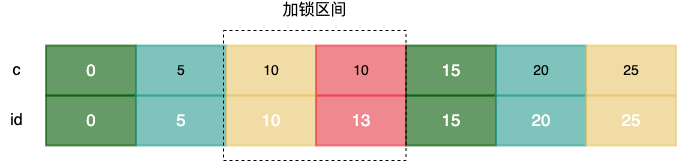
Above: img/mysql/mysql-index-search-lock.png in boilingfrog/Go-POINT (draw.io), before the change. Source tidied: cells renumbered, new cells last; positions are measured from the earlier drawing's top-left corner, leaving out a move shared by most shapes.
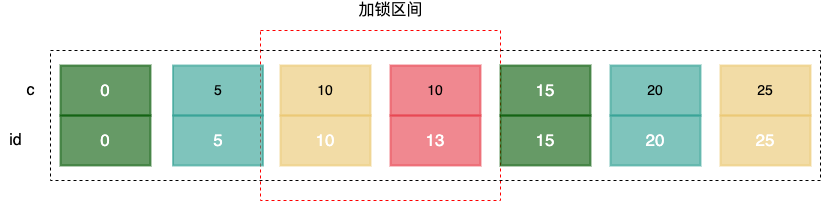
Above is the later version.

Commit message:
feat:MySQL 中的锁

What changed in the source:
```diff
@@ -2,59 +2,62 @@
   <root>
     <mxCell id="0" />
     <mxCell id="1" parent="0" />
-    <mxCell id="2" value="&lt;span style=&quot;font-size: 17px&quot;&gt;0&lt;/span&gt;" style="rounded=0;whiteSpace=wrap;html=1;fillStyle=auto;fontSize=14;strokeColor=#005700;strokeWidth=2;fillColor=#005700;fontColor=#ffffff;opacity=60;" parent="1" vertex="1">
-      <mxGeometry x="44.5" y="45" width="90" height="50" as="geometry" />
-    </mxCell>
+    <mxCell id="20" style="verticalLabelPosition=bottom;verticalAlign=top;html=1;shape=mxgraph.basic.rect;fillColor2=none;strokeWidth=1;size=20;indent=5;fillColor=none;dashed=1;strokeColor=#FF0000;" parent="1" vertex="1">
+      <mxGeometry x="222" y="10" width="240" height="170" as="geometry" />
+    </mxCell>
+    <mxCell id="21" value="&lt;span style=&quot;font-size: 17px&quot;&gt;0&lt;/span&gt;" style="rounded=0;whiteSpace=wrap;html=1;fillStyle=auto;fontSize=14;strokeColor=#005700;strokeWidth=2;fillColor=#005700;fontColor=#ffffff;opacity=60;" parent="1" vertex="1">
+      <mxGeometry x="22" y="45" width="90" height="50" as="geometry" />
+    </mxCell>
     <mxCell id="3" value="5" style="rounded=0;whiteSpace=wrap;html=1;fillStyle=auto;fontSize=14;strokeColor=#2A9D8F;strokeWidth=2;fillColor=#2A9D8F;opacity=60;" parent="1" vertex="1">
       <mxGeometry x="134.5" y="45" width="90" height="50" as="geometry" />
     </mxCell>
     <mxCell id="4" value="10" style="rounded=0;whiteSpace=wrap;html=1;fillStyle=auto;fontSize=14;strokeColor=#E9C46A;strokeWidth=2;fillColor=#E9C46A;opacity=60;" parent="1" vertex="1">
-      <mxGeometry x="224.5" y="45" width="90" height="50" as="geometry" />
+      <mxGeometry x="242" y="45" width="90" height="50" as="geometry" />
     </mxCell>
     <mxCell id="5" value="10" style="rounded=0;whiteSpace=wrap;html=1;fillStyle=auto;fontSize=14;strokeColor=#E63946;strokeWidth=2;fillColor=#E63946;opacity=60;" parent="1" vertex="1">
-      <mxGeometry x="314.5" y="45" width="90" height="50" as="geometry" />
+      <mxGeometry x="352" y="45" width="90" height="50" as="geometry" />
     </mxCell>
-    <mxCell id="6" value="&lt;span style=&quot;font-size: 17px&quot;&gt;0&lt;/span&gt;" style="rounded=0;whiteSpace=wrap;html=1;fillStyle=auto;fontSize=14;strokeColor=#005700;strokeWidth=2;fillColor=#005700;fontColor=#ffffff;opacity=60;" parent="1" vertex="1">
-      <mxGeometry x="44.5" y="95" width="90" height="50" as="geometry" />
-    </mxCell>
+    <mxCell id="22" value="&lt;span style=&quot;font-size: 17px&quot;&gt;0&lt;/span&gt;" style="rounded=0;whiteSpace=wrap;html=1;fillStyle=auto;fontSize=14;strokeColor=#005700;strokeWidth=2;fillColor=#005700;fontColor=#ffffff;opacity=60;" parent="1" vertex="1">
+      <mxGeometry x="22" y="95" width="90" height="50" as="geometry" />
+    </mxCell>
     <mxCell id="7" value="&lt;font color=&quot;#ffffff&quot;&gt;&lt;span style=&quot;font-size: 17px&quot;&gt;5&lt;/span&gt;&lt;/font&gt;" style="rounded=0;whiteSpace=wrap;html=1;fillStyle=auto;fontSize=14;strokeColor=#2A9D8F;strokeWidth=2;fillColor=#2A9D8F;opacity=60;" parent="1" vertex="1">
       <mxGeometry x="134.5" y="95" width="90" height="50" as="geometry" />
     </mxCell>
     <mxCell id="8" value="&lt;font color=&quot;#ffffff&quot;&gt;&lt;span style=&quot;font-size: 17px&quot;&gt;10&lt;/span&gt;&lt;/font&gt;" style="rounded=0;whiteSpace=wrap;html=1;fillStyle=auto;fontSize=14;strokeColor=#E9C46A;strokeWidth=2;fillColor=#E9C46A;opacity=60;" parent="1" vertex="1">
-      <mxGeometry x="224.5" y="95" width="90" height="50" as="geometry" />
+      <mxGeometry x="242" y="95" width="90" height="50" as="geometry" />
     </mxCell>
     <mxCell id="9" value="&lt;font color=&quot;#ffffff&quot;&gt;&lt;span style=&quot;font-size: 17px&quot;&gt;13&lt;/span&gt;&lt;/font&gt;" style="rounded=0;whiteSpace=wrap;html=1;fillStyle=auto;fontSize=14;strokeColor=#E63946;strokeWidth=2;fillColor=#E63946;opacity=60;" parent="1" vertex="1">
-      <mxGeometry x="314.5" y="95" width="90" height="50" as="geometry" />
+      <mxGeometry x="352" y="95" width="90" height="50" as="geometry" />
     </mxCell>
     <mxCell id="10" value="&lt;span style=&quot;font-size: 16px&quot;&gt;c&lt;/span&gt;" style="text;html=1;align=center;verticalAlign=middle;strokeColor=none;fillColor=none;" parent="1" vertex="1">
-      <mxGeometry x="4.5" y="60" width="20" height="20" as="geometry" />
+      <mxGeometry x="-18" y="60" width="20" height="20" as="geometry" />
     </mxCell>
     <mxCell id="11" value="id" style="text;html=1;align=center;verticalAlign=middle;strokeColor=none;fillColor=none;fontSize=16;" parent="1" vertex="1">
-      <mxGeometry x="-0.5" y="110" width="30" height="20" as="geometry" />
+      <mxGeometry x="-38" y="110" width="30" height="20" as="geometry" />
     </mxCell>
-    <mxCell id="12" value="&lt;span style=&quot;font-size: 17px&quot;&gt;15&lt;/span&gt;" style="rounded=0;whiteSpace=wrap;html=1;fillStyle=auto;fontSize=14;strokeColor=#005700;strokeWidth=2;fillColor=#005700;fontColor=#ffffff;opacity=60;" parent="1" vertex="1">
-      <mxGeometry x="404.5" y="45" width="90" height="50" as="geometry" />
-    </mxCell>
+    <mxCell id="23" value="&lt;span style=&quot;font-size: 17px&quot;&gt;15&lt;/span&gt;" style="rounded=0;whiteSpace=wrap;html=1;fillStyle=auto;fontSize=14;strokeColor=#005700;strokeWidth=2;fillColor=#005700;fontColor=#ffffff;opacity=60;" parent="1" vertex="1">
+      <mxGeometry x="462" y="45" width="90" height="50" as="geometry" />
+    </mxCell>
     <mxCell id="13" value="20" style="rounded=0;whiteSpace=wrap;html=1;fillStyle=auto;fontSize=14;strokeColor=#2A9D8F;strokeWidth=2;fillColor=#2A9D8F;opacity=60;" parent="1" vertex="1">
-      <mxGeometry x="494.5" y="45" width="90" height="50" as="geometry" />
+      <mxGeometry x="572" y="45" width="90" height="50" as="geometry" />
     </mxCell>
     <mxCell id="14" value="25" style="rounded=0;whiteSpace=wrap;html=1;fillStyle=auto;fontSize=14;strokeColor=#E9C46A;strokeWidth=2;fillColor=#E9C46A;opacity=60;" parent="1" vertex="1">
-      <mxGeometry x="584.5" y="45" width="90" height="50" as="geometry" />
+      <mxGeometry x="682" y="45" width="90" height="50" as="geometry" />
     </mxCell>
-    <mxCell id="15" value="&lt;span style=&quot;font-size: 17px&quot;&gt;15&lt;/span&gt;" style="rounded=0;whiteSpace=wrap;html=1;fillStyle=auto;fontSize=14;strokeColor=#005700;strokeWidth=2;fillColor=#005700;fontColor=#ffffff;opacity=60;" parent="1" vertex="1">
-      <mxGeometry x="404.5" y="95" width="90" height="50" as="geometry" />
-    </mxCell>
+    <mxCell id="24" value="&lt;span style=&quot;font-size: 17px&quot;&gt;15&lt;/span&gt;" style="rounded=0;whiteSpace=wrap;html=1;fillStyle=auto;fontSize=14;strokeColor=#005700;strokeWidth=2;fillColor=#005700;fontColor=#ffffff;opacity=60;" parent="1" vertex="1">
+      <mxGeometry x="462" y="95" width="90" height="50" as="geometry" />
+    </mxCell>
     <mxCell id="16" value="&lt;font color=&quot;#ffffff&quot;&gt;&lt;span style=&quot;font-size: 17px&quot;&gt;20&lt;/span&gt;&lt;/font&gt;" style="rounded=0;whiteSpace=wrap;html=1;fillStyle=auto;fontSize=14;strokeColor=#2A9D8F;strokeWidth=2;fillColor=#2A9D8F;opacity=60;" parent="1" vertex="1">
-      <mxGeometry x="494.5" y="95" width="90" height="50" as="geometry" />
+      <mxGeometry x="572" y="95" width="90" height="50" as="geometry" />
     </mxCell>
     <mxCell id="17" value="&lt;font color=&quot;#ffffff&quot;&gt;&lt;span style=&quot;font-size: 17px&quot;&gt;25&lt;/span&gt;&lt;/font&gt;" style="rounded=0;whiteSpace=wrap;html=1;fillStyle=auto;fontSize=14;strokeColor=#E9C46A;strokeWidth=2;fillColor=#E9C46A;opacity=60;" parent="1" vertex="1">
-      <mxGeometry x="584.5" y="95" width="90" height="50" as="geometry" />
+      <mxGeometry x="682" y="95" width="90" height="50" as="geometry" />
     </mxCell>
-    <mxCell id="18" style="verticalLabelPosition=bottom;verticalAlign=top;html=1;shape=mxgraph.basic.rect;fillColor2=none;strokeWidth=1;size=20;indent=5;fillColor=none;dashed=1;" parent="1" vertex="1">
-      <mxGeometry x="222" y="30" width="182.5" height="130" as="geometry" />
-    </mxCell>
+    <mxCell id="25" style="verticalLabelPosition=bottom;verticalAlign=top;html=1;shape=mxgraph.basic.rect;fillColor2=none;strokeWidth=1;size=20;indent=5;fillColor=none;dashed=1;" parent="1" vertex="1">
+      <mxGeometry x="12" y="30" width="770" height="130" as="geometry" />
+    </mxCell>
     <mxCell id="19" value="加锁区间" style="text;html=1;align=center;verticalAlign=middle;strokeColor=none;fillColor=none;fontSize=16;" parent="1" vertex="1">
-      <mxGeometry x="273.2" width="80" height="20" as="geometry" />
+      <mxGeometry x="312" y="-20" width="80" height="20" as="geometry" />
     </mxCell>
   </root>
 </mxGraphModel>
```
